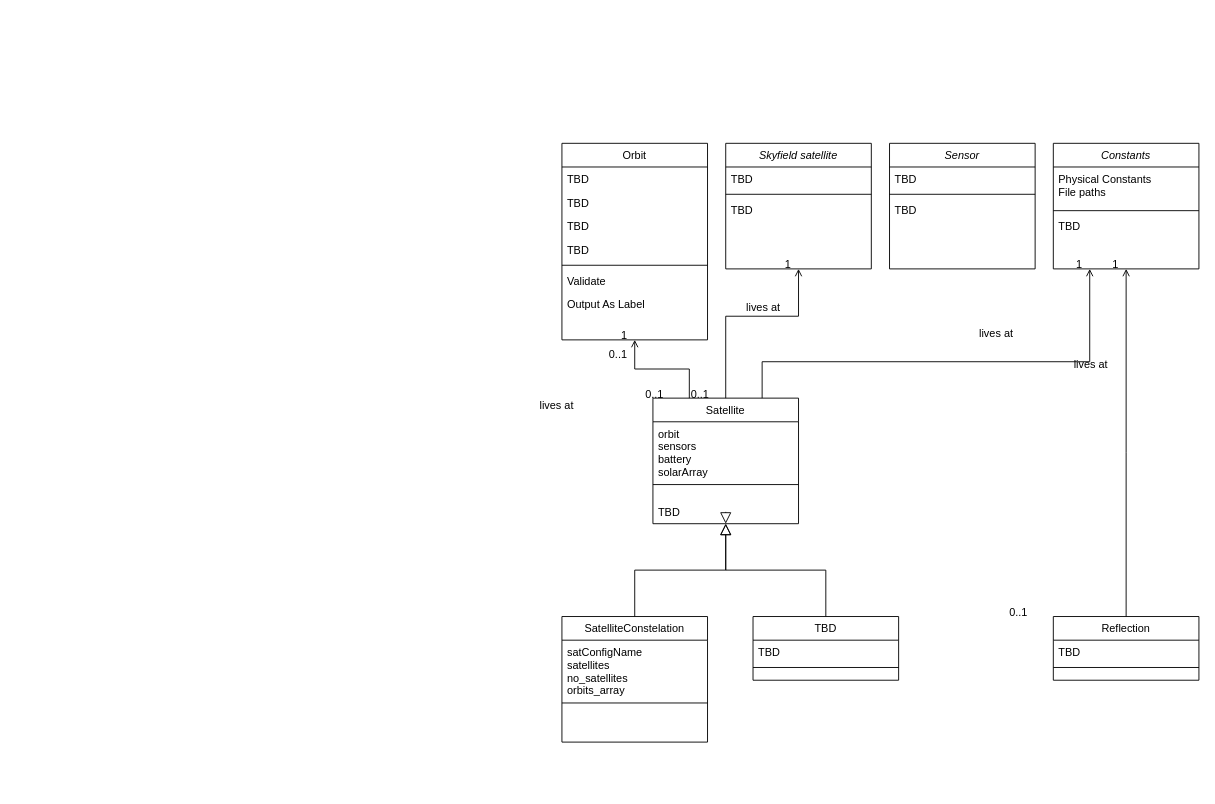
This is SoftwarArch.drawio from NTNU-SmallSat-Lab/GNSS_R_System_Simulator, a draw.io file, before an edit. Source tidied: cells renumbered, new cells numbered last; positions are measured from the earlier drawing's top-left corner, leaving out a move shared by most shapes. Both pictures are drawn from the tidied source at 91%, with x=0, y=0 at pixel (561, 143).
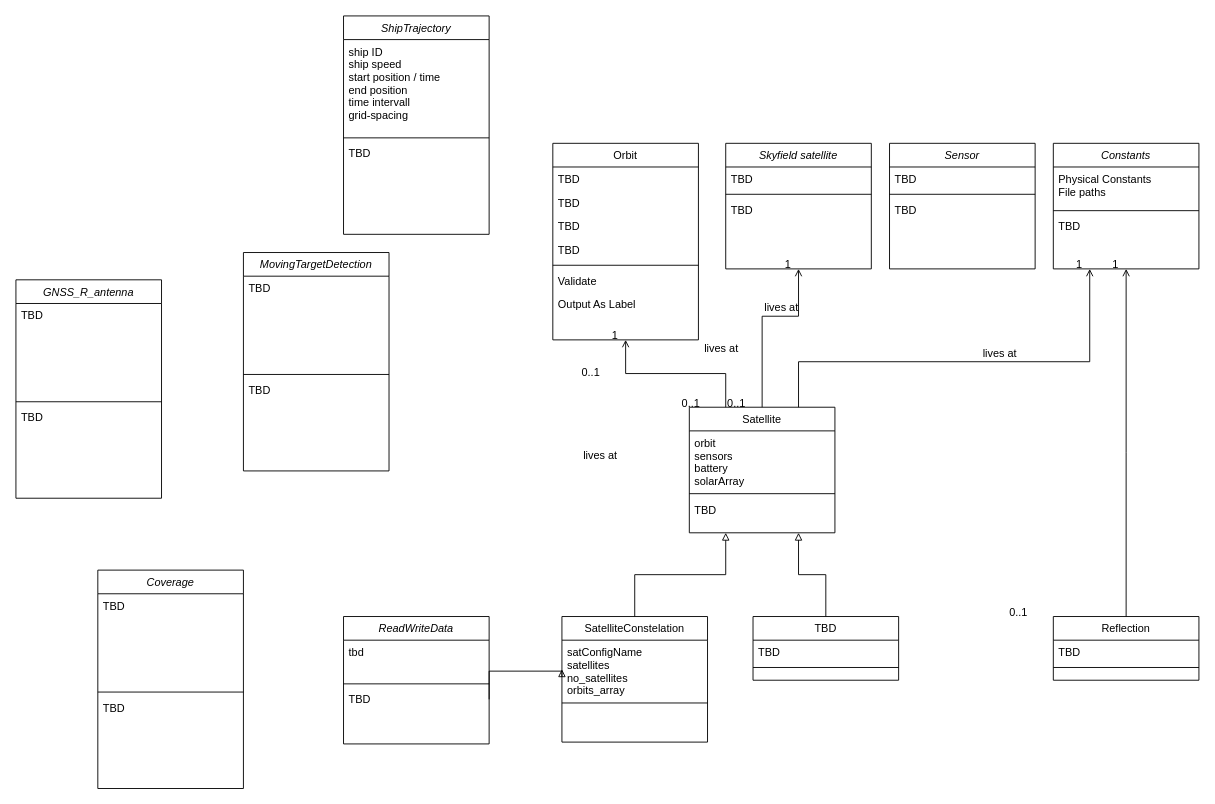
Above is the later version.

Unchanged cells that the change refers to:
```xml
<mxCell id="5" value="SatelliteConstelation" style="swimlane;fontStyle=0;align=center;verticalAlign=top;horizontal=1;startSize=26;rounded=0;shadow=0;strokeWidth=1;" parent="1" vertex="1">
  <mxGeometry y="520" width="160" height="138" as="geometry" />
</mxCell>
<mxCell id="6" value="satConfigName&#10;satellites&#10;no_satellites&#10;orbits_array&#10;" style="text;align=left;verticalAlign=top;spacingLeft=4;spacingRight=4;overflow=hidden;points=[[0,0.5],[1,0.5]];portConstraint=eastwest;rounded=0;shadow=0;html=0;" parent="5" vertex="1">
  <mxGeometry y="26" width="160" height="64" as="geometry" />
</mxCell>
<mxCell id="9" value="TBD" style="swimlane;fontStyle=0;align=center;verticalAlign=top;horizontal=1;startSize=26;rounded=0;shadow=0;strokeWidth=1;" parent="1" vertex="1">
  <mxGeometry x="210" y="520" width="160" height="70" as="geometry" />
</mxCell>
<mxCell id="36" style="endArrow=open;shadow=0;strokeWidth=1;rounded=0;curved=0;endFill=1;edgeStyle=elbowEdgeStyle;elbow=vertical;entryX=0.5;entryY=1;entryDx=0;entryDy=0;exitX=0.5;exitY=0;exitDx=0;exitDy=0;" parent="1" edge="1" source="2" target="28">
  <mxGeometry x="0.5" y="41" relative="1" as="geometry">
    <Array as="points">
      <mxPoint x="220" y="190" />
    </Array>
    <mxPoint x="-40" y="32" as="offset" />
  </mxGeometry>
</mxCell>
<mxCell id="40" style="endArrow=open;shadow=0;strokeWidth=1;rounded=0;curved=0;endFill=1;edgeStyle=elbowEdgeStyle;elbow=vertical;exitX=0.5;exitY=0;exitDx=0;exitDy=0;entryX=0.5;entryY=1;entryDx=0;entryDy=0;" parent="1" edge="1" source="25" target="32">
  <mxGeometry x="0.5" y="41" relative="1" as="geometry">
    <Array as="points">
      <mxPoint x="610" y="340" />
    </Array>
    <mxPoint x="-40" y="32" as="offset" />
  </mxGeometry>
</mxCell>
<mxCell id="44" style="endArrow=open;shadow=0;strokeWidth=1;rounded=0;curved=0;endFill=1;edgeStyle=elbowEdgeStyle;elbow=vertical;entryX=0.25;entryY=1;entryDx=0;entryDy=0;exitX=0.75;exitY=0;exitDx=0;exitDy=0;" parent="1" edge="1" source="2" target="32">
  <mxGeometry x="0.5" y="41" relative="1" as="geometry">
    <Array as="points">
      <mxPoint x="440" y="240" />
    </Array>
    <mxPoint x="-40" y="32" as="offset" />
  </mxGeometry>
</mxCell>
```

Diff of the diagram source:
```diff
@@
     <mxCell id="2" value="Satellite" style="swimlane;fontStyle=0;align=center;verticalAlign=top;horizontal=1;startSize=26;rounded=0;shadow=0;strokeWidth=1;" parent="1" vertex="1">
-      <mxGeometry x="100" y="280" width="160" height="138" as="geometry" />
+      <mxGeometry x="140" y="290" width="160" height="138" as="geometry" />
     </mxCell>
@@
+    <mxCell id="53" value="TBD" style="text;align=left;verticalAlign=top;spacingLeft=4;spacingRight=4;overflow=hidden;points=[[0,0.5],[1,0.5]];portConstraint=eastwest;" parent="2" vertex="1">
+      <mxGeometry y="100" width="160" height="26" as="geometry" />
+    </mxCell>
@@
-    <mxCell id="8" style="endArrow=block;endSize=10;endFill=0;shadow=0;strokeWidth=1;rounded=0;curved=0;edgeStyle=elbowEdgeStyle;elbow=vertical;" parent="1" edge="1" source="5" target="2">
+    <mxCell id="8" style="endArrow=block;endFill=0;shadow=0;strokeWidth=1;rounded=0;curved=0;edgeStyle=elbowEdgeStyle;elbow=vertical;entryX=0.25;entryY=1;entryDx=0;entryDy=0;" parent="1" edge="1" source="5" target="2">
       <mxGeometry relative="1" as="geometry" />
     </mxCell>
@@
-    <mxCell id="12" style="endArrow=block;endSize=10;endFill=0;shadow=0;strokeWidth=1;rounded=0;curved=0;edgeStyle=elbowEdgeStyle;elbow=vertical;" parent="1" edge="1" source="53" target="2">
-      <mxGeometry relative="1" as="geometry" />
-    </mxCell>
     <mxCell id="13" value="Orbit" style="swimlane;fontStyle=0;align=center;verticalAlign=top;horizontal=1;startSize=26;rounded=0;shadow=0;strokeWidth=1;" parent="1" vertex="1">
-      <mxGeometry width="160" height="216" as="geometry" />
+      <mxGeometry x="-10" width="160" height="216" as="geometry" />
     </mxCell>
@@
     <mxCell id="37" value="0..1" style="align=left;verticalAlign=bottom;labelBackgroundColor=none;fontSize=12;" parent="36" vertex="1">
       <mxGeometry x="-1" relative="1" as="geometry">
-        <mxPoint x="-130" y="-40" as="offset" />
+        <mxPoint x="-200" y="-30" as="offset" />
       </mxGeometry>
     </mxCell>
@@
     <mxCell id="43" value="lives at" style="text;html=1;align=center;verticalAlign=middle;labelBackgroundColor=none;rounded=0;shadow=0;strokeWidth=1;fontSize=12;" parent="40" vertex="1">
       <mxGeometry x="0.5" y="49" relative="1" as="geometry">
-        <mxPoint x="9" y="9" as="offset" />
+        <mxPoint x="-91" y="-3" as="offset" />
       </mxGeometry>
     </mxCell>
@@
     <mxCell id="47" value="lives at" style="text;html=1;align=center;verticalAlign=middle;labelBackgroundColor=none;rounded=0;shadow=0;strokeWidth=1;fontSize=12;" parent="44" vertex="1">
       <mxGeometry x="0.5" y="49" relative="1" as="geometry">
-        <mxPoint x="-81" y="17" as="offset" />
+        <mxPoint x="-324" y="-11" as="offset" />
       </mxGeometry>
     </mxCell>
@@
-    <mxCell id="52" style="endArrow=block;endSize=10;endFill=0;shadow=0;strokeWidth=1;rounded=0;curved=0;edgeStyle=elbowEdgeStyle;elbow=vertical;" parent="1" edge="1" source="9" target="53">
+    <mxCell id="52" style="endArrow=block;endFill=0;shadow=0;strokeWidth=1;rounded=0;curved=0;edgeStyle=elbowEdgeStyle;elbow=vertical;entryX=0.75;entryY=1;entryDx=0;entryDy=0;" parent="1" edge="1" source="9" target="2">
       <mxGeometry relative="1" as="geometry" />
     </mxCell>
-    <mxCell id="53" value="TBD" style="text;align=left;verticalAlign=top;spacingLeft=4;spacingRight=4;overflow=hidden;points=[[0,0.5],[1,0.5]];portConstraint=eastwest;" parent="1" vertex="1">
-      <mxGeometry x="100" y="392" width="160" height="26" as="geometry" />
-    </mxCell>
+    <mxCell id="54" value="ShipTrajectory" style="swimlane;fontStyle=2;align=center;verticalAlign=top;horizontal=1;startSize=26;rounded=0;shadow=0;strokeWidth=1;" parent="1" vertex="1">
+      <mxGeometry x="-240" y="-140" width="160" height="240" as="geometry" />
+    </mxCell>
+    <mxCell id="55" value="ship ID&#10;ship speed&#10;start position / time&#10;end position&#10;time intervall&#10;grid-spacing" style="text;align=left;verticalAlign=top;spacingLeft=4;spacingRight=4;overflow=hidden;" parent="54" vertex="1">
+      <mxGeometry y="26" width="160" height="104" as="geometry" />
+    </mxCell>
+    <mxCell id="56" style="line;html=1;strokeWidth=1;align=left;verticalAlign=middle;spacingTop=-1;spacingLeft=3;spacingRight=3;labelPosition=right;" parent="54" vertex="1">
+      <mxGeometry y="130" width="160" height="8" as="geometry" />
+    </mxCell>
+    <mxCell id="57" value="TBD" style="text;align=left;verticalAlign=top;spacingLeft=4;spacingRight=4;overflow=hidden;" parent="54" vertex="1">
+      <mxGeometry y="138" width="160" height="26" as="geometry" />
+    </mxCell>
+    <mxCell id="58" value="ReadWriteData" style="swimlane;fontStyle=2;align=center;verticalAlign=top;horizontal=1;startSize=26;rounded=0;shadow=0;strokeWidth=1;" parent="1" vertex="1">
+      <mxGeometry x="-240" y="520" width="160" height="140" as="geometry" />
+    </mxCell>
+    <mxCell id="59" value="tbd" style="text;align=left;verticalAlign=top;spacingLeft=4;spacingRight=4;overflow=hidden;" parent="58" vertex="1">
+      <mxGeometry y="26" width="160" height="44" as="geometry" />
+    </mxCell>
+    <mxCell id="60" style="line;html=1;strokeWidth=1;align=left;verticalAlign=middle;spacingTop=-1;spacingLeft=3;spacingRight=3;labelPosition=right;" parent="58" vertex="1">
+      <mxGeometry y="70" width="160" height="8" as="geometry" />
+    </mxCell>
+    <mxCell id="61" value="TBD" style="text;align=left;verticalAlign=top;spacingLeft=4;spacingRight=4;overflow=hidden;points=[[0,0.5],[1,0.5]];portConstraint=eastwest;" parent="58" vertex="1">
+      <mxGeometry y="78" width="160" height="26" as="geometry" />
+    </mxCell>
+    <mxCell id="62" style="endArrow=block;endFill=0;shadow=0;strokeWidth=1;rounded=0;curved=0;edgeStyle=elbowEdgeStyle;elbow=vertical;exitX=1;exitY=0.5;exitDx=0;exitDy=0;entryX=0;entryY=0.5;entryDx=0;entryDy=0;" parent="1" edge="1" source="61" target="6">
+      <mxGeometry relative="1" as="geometry">
+        <Array as="points">
+          <mxPoint x="-40" y="580" />
+        </Array>
+      </mxGeometry>
+    </mxCell>
+    <mxCell id="63" value="GNSS_R_antenna" style="swimlane;fontStyle=2;align=center;verticalAlign=top;horizontal=1;startSize=26;rounded=0;shadow=0;strokeWidth=1;" parent="1" vertex="1">
+      <mxGeometry x="-600" y="150" width="160" height="240" as="geometry" />
+    </mxCell>
+    <mxCell id="64" value="TBD" style="text;align=left;verticalAlign=top;spacingLeft=4;spacingRight=4;overflow=hidden;" parent="63" vertex="1">
+      <mxGeometry y="26" width="160" height="104" as="geometry" />
+    </mxCell>
+    <mxCell id="65" style="line;html=1;strokeWidth=1;align=left;verticalAlign=middle;spacingTop=-1;spacingLeft=3;spacingRight=3;labelPosition=right;" parent="63" vertex="1">
+      <mxGeometry y="130" width="160" height="8" as="geometry" />
+    </mxCell>
+    <mxCell id="66" value="TBD" style="text;align=left;verticalAlign=top;spacingLeft=4;spacingRight=4;overflow=hidden;" parent="63" vertex="1">
+      <mxGeometry y="138" width="160" height="26" as="geometry" />
+    </mxCell>
+    <mxCell id="67" value="MovingTargetDetection" style="swimlane;fontStyle=2;align=center;verticalAlign=top;horizontal=1;startSize=26;rounded=0;shadow=0;strokeWidth=1;" parent="1" vertex="1">
+      <mxGeometry x="-350" y="120" width="160" height="240" as="geometry" />
+    </mxCell>
+    <mxCell id="68" value="TBD" style="text;align=left;verticalAlign=top;spacingLeft=4;spacingRight=4;overflow=hidden;" parent="67" vertex="1">
+      <mxGeometry y="26" width="160" height="104" as="geometry" />
+    </mxCell>
+    <mxCell id="69" style="line;html=1;strokeWidth=1;align=left;verticalAlign=middle;spacingTop=-1;spacingLeft=3;spacingRight=3;labelPosition=right;" parent="67" vertex="1">
+      <mxGeometry y="130" width="160" height="8" as="geometry" />
+    </mxCell>
+    <mxCell id="70" value="TBD" style="text;align=left;verticalAlign=top;spacingLeft=4;spacingRight=4;overflow=hidden;" parent="67" vertex="1">
+      <mxGeometry y="138" width="160" height="26" as="geometry" />
+    </mxCell>
+    <mxCell id="71" value="Coverage" style="swimlane;fontStyle=2;align=center;verticalAlign=top;horizontal=1;startSize=26;rounded=0;shadow=0;strokeWidth=1;" parent="1" vertex="1">
+      <mxGeometry x="-510" y="469" width="160" height="240" as="geometry" />
+    </mxCell>
+    <mxCell id="72" value="TBD" style="text;align=left;verticalAlign=top;spacingLeft=4;spacingRight=4;overflow=hidden;" parent="71" vertex="1">
+      <mxGeometry y="26" width="160" height="104" as="geometry" />
+    </mxCell>
+    <mxCell id="73" style="line;html=1;strokeWidth=1;align=left;verticalAlign=middle;spacingTop=-1;spacingLeft=3;spacingRight=3;labelPosition=right;" parent="71" vertex="1">
+      <mxGeometry y="130" width="160" height="8" as="geometry" />
+    </mxCell>
+    <mxCell id="74" value="TBD" style="text;align=left;verticalAlign=top;spacingLeft=4;spacingRight=4;overflow=hidden;" parent="71" vertex="1">
+      <mxGeometry y="138" width="160" height="26" as="geometry" />
+    </mxCell>
```
